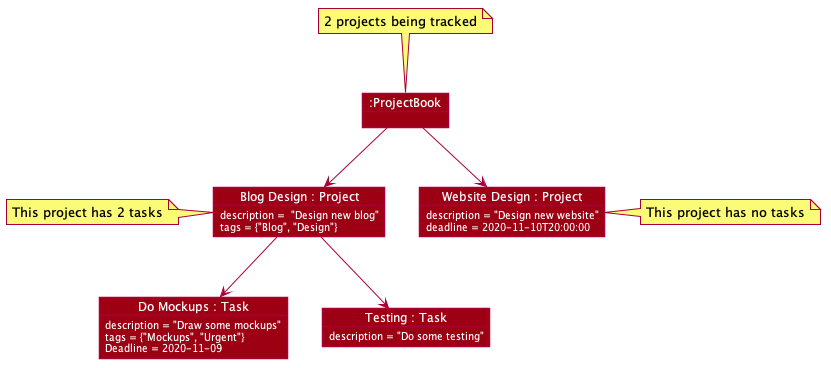
Before: docs/images/ProjectTaskObjectDiagram.png, a diagram exported from PlantUML (pr4aveen/tp).
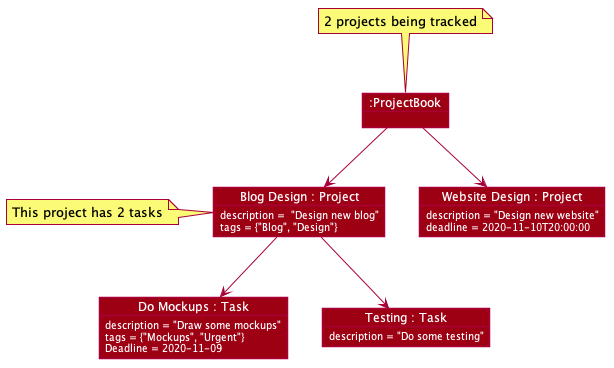
Later version of the same file.

What changed in the source:
```diff
@@ -70,7 +70,6 @@
     description = "Design new website"
     deadline = 2020-11-10T20:00:00
 }
-note right: This project has no tasks
 
 object "Do Mockups : Task" as MockupsTask {
     description = "Draw some mockups"
```
